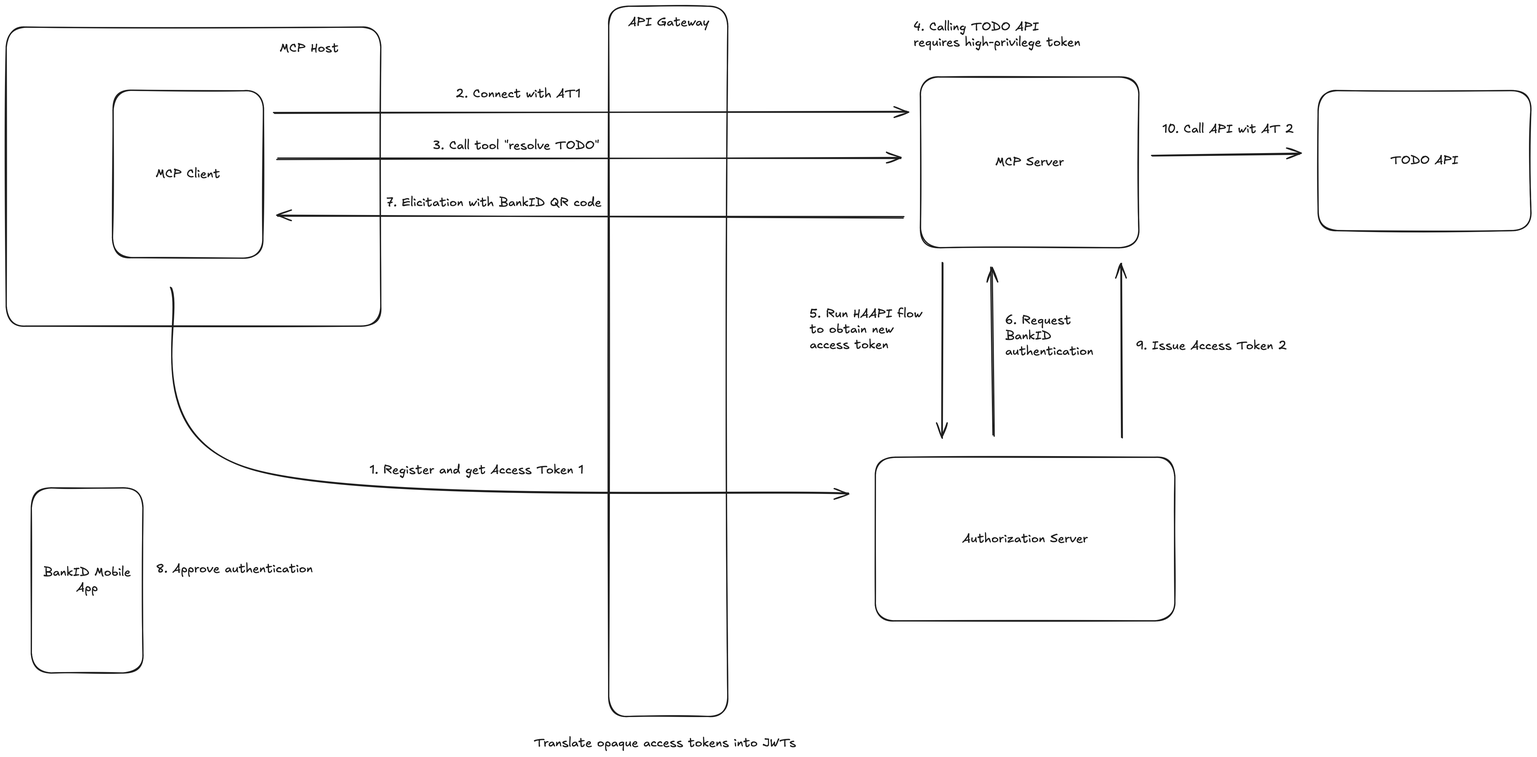
The Excalidraw diagram docs/end-to-end-overview.png in curityio/chatgpt-example-app, before a commit. Source tidied: one line per element, renumbered; positions are measured from the earlier drawing's top-left corner, leaving out a move shared by most shapes. The source it was exported from:
```json
{"id": 0, "type": "rectangle", "strokeColor": "#1e1e1e", "strokeWidth": 2, "roughness": 1, "round": true, "x": 0, "y": 34, "width": 604, "height": 482}
{"id": 1, "type": "text", "text": "MCP Host", "strokeColor": "#1e1e1e", "strokeWidth": 2, "roughness": 1, "fontSize": 20, "fontFamily": 5, "x": 441, "y": 56, "width": 95, "height": 25}
{"id": 2, "type": "rectangle", "strokeColor": "#1e1e1e", "angle": 0.0, "strokeWidth": 2, "roughness": 1, "round": true, "x": 172, "y": 136, "width": 242, "height": 270}
{"id": 3, "type": "text", "text": "MCP Client", "strokeColor": "#1e1e1e", "angle": 0.0, "strokeWidth": 2, "roughness": 1, "fontSize": 20, "fontFamily": 5, "textAlign": "center", "verticalAlign": "middle", "inside": 2, "x": 241, "y": 259, "width": 104, "height": 25}
{"id": 4, "type": "rectangle", "strokeColor": "#1e1e1e", "strokeWidth": 2, "roughness": 1, "round": true, "x": 1402, "y": 728, "width": 483, "height": 264}
{"id": 5, "type": "text", "text": "Authorization Server", "strokeColor": "#1e1e1e", "strokeWidth": 2, "roughness": 1, "fontSize": 20, "fontFamily": 5, "textAlign": "center", "verticalAlign": "middle", "inside": 4, "x": 1542, "y": 847, "width": 203, "height": 25}
{"id": 6, "type": "rectangle", "strokeColor": "#1e1e1e", "strokeWidth": 2, "roughness": 1, "round": true, "x": 972, "y": 0, "width": 192, "height": 1146}
{"id": 7, "type": "text", "text": "API Gateway", "strokeColor": "#1e1e1e", "strokeWidth": 2, "roughness": 1, "fontSize": 20, "fontFamily": 5, "x": 1003, "y": 14, "width": 131, "height": 25}
{"id": 8, "type": "rectangle", "strokeColor": "#1e1e1e", "strokeWidth": 2, "roughness": 1, "round": true, "x": 1474, "y": 114, "width": 352, "height": 276}
{"id": 9, "type": "text", "text": "MCP Server", "strokeColor": "#1e1e1e", "strokeWidth": 2, "roughness": 1, "fontSize": 20, "fontFamily": 5, "textAlign": "center", "verticalAlign": "middle", "inside": 8, "x": 1595, "y": 239, "width": 111, "height": 25}
{"id": 10, "type": "rectangle", "strokeColor": "#1e1e1e", "strokeWidth": 2, "roughness": 1, "round": true, "x": 40, "y": 777, "width": 180, "height": 299}
{"id": 11, "type": "text", "text": "BankID Mobile\nApp", "strokeColor": "#1e1e1e", "strokeWidth": 2, "roughness": 1, "fontSize": 20, "fontFamily": 5, "textAlign": "center", "verticalAlign": "middle", "inside": 10, "x": 60, "y": 902, "width": 141, "height": 50}
{"id": 12, "type": "rectangle", "strokeColor": "#1e1e1e", "strokeWidth": 2, "roughness": 1, "round": true, "x": 2116, "y": 136, "width": 343, "height": 226}
{"id": 13, "type": "text", "text": "TODO API", "strokeColor": "#1e1e1e", "strokeWidth": 2, "roughness": 1, "fontSize": 20, "fontFamily": 5, "textAlign": "center", "verticalAlign": "middle", "inside": 12, "x": 2232, "y": 237, "width": 110, "height": 25}
{"id": 14, "type": "arrow", "strokeColor": "#1e1e1e", "strokeWidth": 2, "roughness": 1, "endArrowhead": "arrow", "round": true, "x": 267, "y": 454, "width": 1091, "height": 332, "points": [[0, 0], [126, 292], [1091, 332]]}
{"id": 15, "type": "text", "text": "1. Register and get Access Token 1", "strokeColor": "#1e1e1e", "strokeWidth": 2, "roughness": 1, "fontSize": 20, "fontFamily": 5, "x": 586, "y": 736, "width": 345, "height": 25}
{"id": 16, "type": "arrow", "strokeColor": "#1e1e1e", "strokeWidth": 2, "roughness": 1, "endArrowhead": "arrow", "round": true, "from": 2, "to": 8, "x": 433, "y": 173, "width": 1021, "height": 3, "points": [[0, 0], [1021, -3]]}
{"id": 17, "type": "text", "text": "2. Connect with AT1", "strokeColor": "#1e1e1e", "strokeWidth": 2, "roughness": 1, "fontSize": 20, "fontFamily": 5, "x": 725, "y": 129, "width": 201, "height": 25}
{"id": 18, "type": "arrow", "strokeColor": "#1e1e1e", "strokeWidth": 2, "roughness": 1, "endArrowhead": "arrow", "round": true, "from": 2, "to": 8, "x": 438, "y": 246, "width": 1004, "height": 1, "points": [[0, 0], [1004, -1]]}
{"id": 19, "type": "text", "text": "3. Call tool \"resolve TODO\"", "strokeColor": "#1e1e1e", "strokeWidth": 2, "roughness": 1, "fontSize": 20, "fontFamily": 5, "x": 689, "y": 213, "width": 268, "height": 25}
{"id": 20, "type": "arrow", "strokeColor": "#1e1e1e", "strokeWidth": 2, "roughness": 1, "endArrowhead": "arrow", "round": true, "from": 8, "x": 1510, "y": 413, "width": 0, "height": 284, "points": [[0, 0], [0, 284]]}
{"id": 21, "type": "text", "text": "5. Run HAAPI flow\nto obtain new\naccess token", "strokeColor": "#1e1e1e", "strokeWidth": 2, "roughness": 1, "fontSize": 20, "fontFamily": 5, "x": 1296, "y": 484, "width": 197, "height": 75}
{"id": 22, "type": "text", "text": "4. Calling TODO API\nrequires high-privilege token", "strokeColor": "#1e1e1e", "strokeWidth": 2, "roughness": 1, "fontSize": 20, "fontFamily": 5, "x": 1463, "y": 22, "width": 280, "height": 50}
{"id": 23, "type": "arrow", "strokeColor": "#1e1e1e", "strokeWidth": 2, "roughness": 1, "endArrowhead": "arrow", "round": true, "x": 1592, "y": 693, "width": 3, "height": 272, "points": [[0, 0], [-3, -272]]}
{"id": 24, "type": "text", "text": "6. Request\nBankID\nauthentication", "strokeColor": "#1e1e1e", "strokeWidth": 2, "roughness": 1, "fontSize": 20, "fontFamily": 5, "x": 1611, "y": 495, "width": 154, "height": 75}
{"id": 25, "type": "text", "text": "7. Elicitation with BankID QR code", "strokeColor": "#1e1e1e", "strokeWidth": 2, "roughness": 1, "fontSize": 20, "fontFamily": 5, "x": 613, "y": 305, "width": 347, "height": 25}
{"id": 26, "type": "arrow", "strokeColor": "#1e1e1e", "strokeWidth": 2, "roughness": 1, "endArrowhead": "arrow", "round": true, "from": 8, "to": 2, "x": 1447, "y": 340, "width": 1011, "height": 3, "points": [[0, 0], [-1011, -3]]}
{"id": 27, "type": "text", "text": "8. Approve authentication", "strokeColor": "#1e1e1e", "strokeWidth": 2, "roughness": 1, "fontSize": 20, "fontFamily": 5, "x": 242, "y": 896, "width": 253, "height": 25}
{"id": 28, "type": "arrow", "strokeColor": "#1e1e1e", "strokeWidth": 2, "roughness": 1, "endArrowhead": "arrow", "round": true, "to": 8, "x": 1799, "y": 696, "width": 1, "height": 281, "points": [[0, 0], [-1, -281]]}
{"id": 29, "type": "text", "text": "9. Issue Access Token 2", "strokeColor": "#1e1e1e", "strokeWidth": 2, "roughness": 1, "fontSize": 20, "fontFamily": 5, "x": 1822, "y": 536, "width": 244, "height": 25}
{"id": 30, "type": "arrow", "strokeColor": "#1e1e1e", "strokeWidth": 2, "roughness": 1, "endArrowhead": "arrow", "round": true, "from": 8, "to": 12, "x": 1848, "y": 241, "width": 239, "height": 3, "points": [[0, 0], [239, -3]]}
{"id": 31, "type": "text", "text": "10. Call API wit AT 2", "strokeColor": "#1e1e1e", "strokeWidth": 2, "roughness": 1, "fontSize": 20, "fontFamily": 5, "x": 1864, "y": 186, "width": 212, "height": 25}
{"id": 32, "type": "text", "text": "Translate opaque access tokens into JWTs", "strokeColor": "#1e1e1e", "strokeWidth": 2, "roughness": 1, "fontSize": 20, "fontFamily": 5, "x": 851, "y": 1177, "width": 423, "height": 25}
```
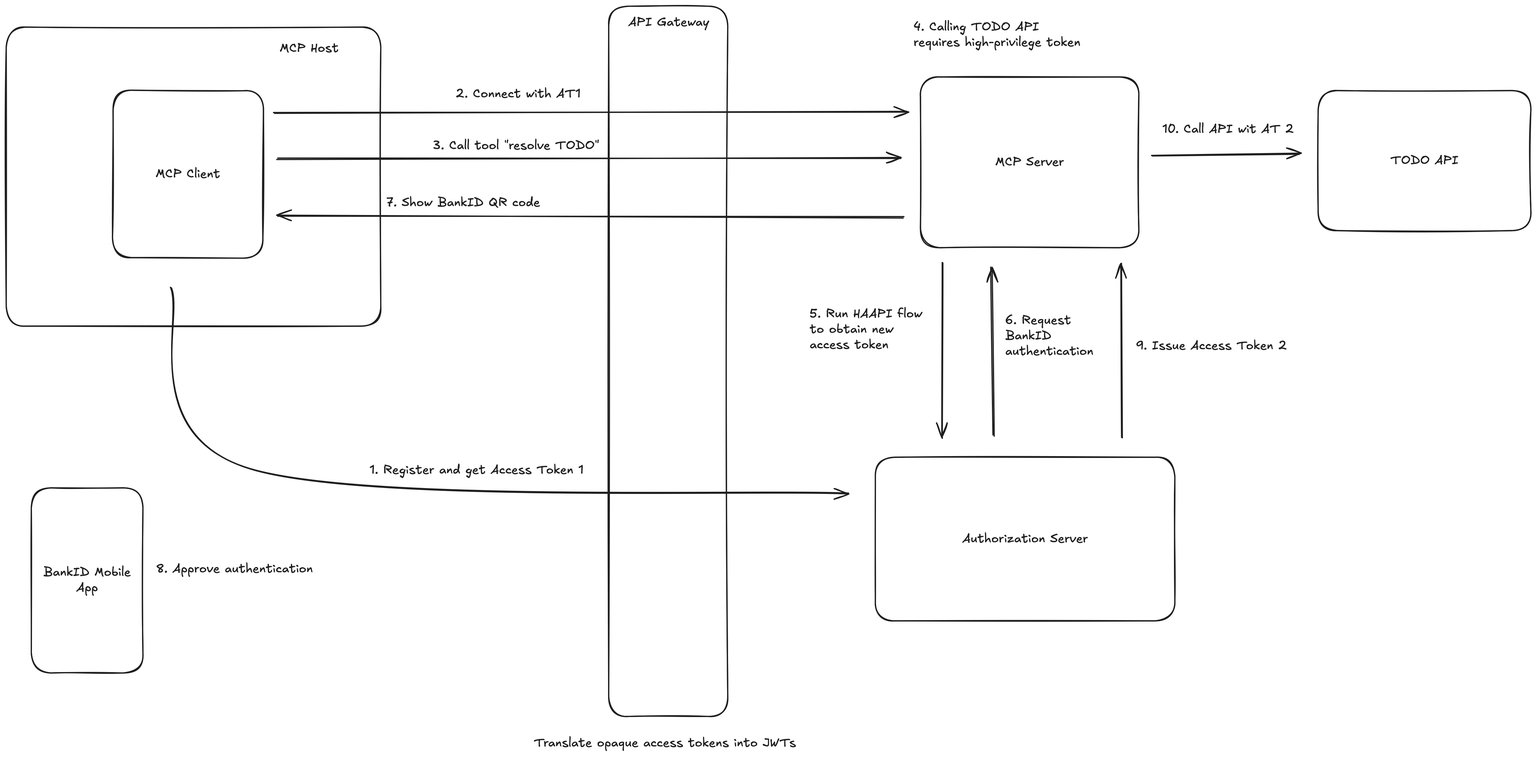
Later version of the same file.

The edit, as a diff of the source:
```diff
@@ -23,7 +23,7 @@
 {"id": 22, "type": "text", "text": "4. Calling TODO API\nrequires high-privilege token", "strokeColor": "#1e1e1e", "strokeWidth": 2, "roughness": 1, "fontSize": 20, "fontFamily": 5, "x": 1463, "y": 22, "width": 280, "height": 50}
 {"id": 23, "type": "arrow", "strokeColor": "#1e1e1e", "strokeWidth": 2, "roughness": 1, "endArrowhead": "arrow", "round": true, "x": 1592, "y": 693, "width": 3, "height": 272, "points": [[0, 0], [-3, -272]]}
 {"id": 24, "type": "text", "text": "6. Request\nBankID\nauthentication", "strokeColor": "#1e1e1e", "strokeWidth": 2, "roughness": 1, "fontSize": 20, "fontFamily": 5, "x": 1611, "y": 495, "width": 154, "height": 75}
-{"id": 25, "type": "text", "text": "7. Elicitation with BankID QR code", "strokeColor": "#1e1e1e", "strokeWidth": 2, "roughness": 1, "fontSize": 20, "fontFamily": 5, "x": 613, "y": 305, "width": 347, "height": 25}
+{"id": 25, "type": "text", "text": "7. Show BankID QR code", "strokeColor": "#1e1e1e", "strokeWidth": 2, "roughness": 1, "fontSize": 20, "fontFamily": 5, "x": 613, "y": 305, "width": 248, "height": 25}
 {"id": 26, "type": "arrow", "strokeColor": "#1e1e1e", "strokeWidth": 2, "roughness": 1, "endArrowhead": "arrow", "round": true, "from": 8, "to": 2, "x": 1447, "y": 340, "width": 1011, "height": 3, "points": [[0, 0], [-1011, -3]]}
 {"id": 27, "type": "text", "text": "8. Approve authentication", "strokeColor": "#1e1e1e", "strokeWidth": 2, "roughness": 1, "fontSize": 20, "fontFamily": 5, "x": 242, "y": 896, "width": 253, "height": 25}
 {"id": 28, "type": "arrow", "strokeColor": "#1e1e1e", "strokeWidth": 2, "roughness": 1, "endArrowhead": "arrow", "round": true, "to": 8, "x": 1799, "y": 696, "width": 1, "height": 281, "points": [[0, 0], [-1, -281]]}
```
